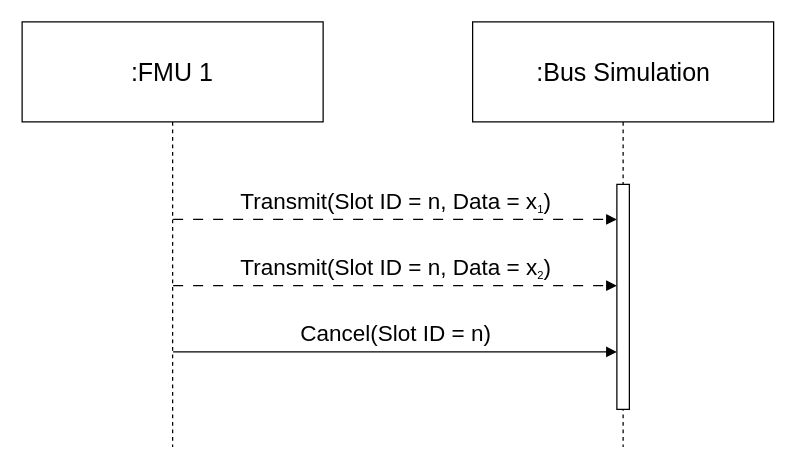
The draw.io diagram docs/images/flexray_transmission_cancel.drawio in modelica/fmi-ls-bus, before the edit. Source tidied: cells renumbered, new cells numbered last; positions are measured from the earlier drawing's top-left corner, leaving out a move shared by most shapes. Both pictures are drawn from the tidied source at 125%, with x=0, y=0 at pixel (21, 21).
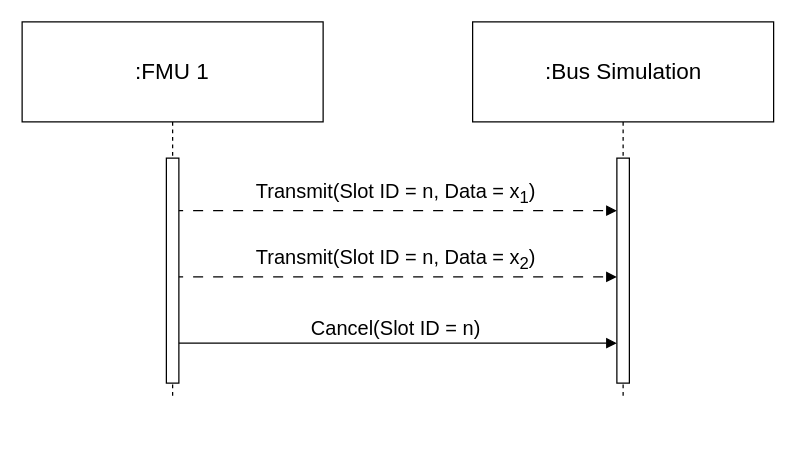
The same diagram, later.

Commit message (it also covers changes not shown here):
Fixing other FlexRay images

Diff of the diagram source:
```diff
@@
 <mxGraphModel>
   <root>
     <mxCell id="0" />
     <mxCell id="1" parent="0" />
+    <mxCell id="8" value="&lt;font&gt;&lt;span&gt;Cancel(&lt;/span&gt;&lt;span&gt;Slot ID = n&lt;/span&gt;&lt;span&gt;)&lt;/span&gt;&lt;/font&gt;" style="html=1;verticalAlign=bottom;endArrow=block;curved=0;rounded=0;fontSize=16;" parent="1" edge="1">
+      <mxGeometry relative="1" as="geometry">
+        <mxPoint x="121" y="257" as="sourcePoint" />
+        <mxPoint x="476" y="257" as="targetPoint" />
+      </mxGeometry>
+    </mxCell>
+    <mxCell id="7" value="&lt;font&gt;&lt;span&gt;Transmit(&lt;/span&gt;&lt;span&gt;Slot ID = n, Data =&amp;nbsp;&lt;/span&gt;&lt;span&gt;x&lt;/span&gt;&lt;sub&gt;&lt;font&gt;2&lt;/font&gt;&lt;/sub&gt;&lt;span&gt;)&lt;/span&gt;&lt;/font&gt;" style="html=1;verticalAlign=bottom;endArrow=block;curved=0;rounded=0;dashed=1;dashPattern=8 8;fontSize=16;" parent="1" edge="1">
+      <mxGeometry relative="1" as="geometry">
+        <mxPoint x="121" y="204" as="sourcePoint" />
+        <mxPoint x="476" y="204" as="targetPoint" />
+      </mxGeometry>
+    </mxCell>
+    <mxCell id="5" value="&lt;font&gt;&lt;span&gt;Transmit(Slot ID = n, Data = x&lt;/span&gt;&lt;sub&gt;&lt;font&gt;1&lt;/font&gt;&lt;/sub&gt;&lt;span&gt;)&lt;/span&gt;&lt;/font&gt;" style="html=1;verticalAlign=bottom;endArrow=block;curved=0;rounded=0;dashed=1;dashPattern=8 8;fontSize=16;" parent="1" edge="1">
+      <mxGeometry relative="1" as="geometry">
+        <mxPoint x="121" y="151" as="sourcePoint" />
+        <mxPoint x="476" y="151" as="targetPoint" />
+      </mxGeometry>
+    </mxCell>
-    <mxCell id="2" value="&lt;font style=&quot;font-size: 20px;&quot;&gt;:FMU 1&lt;/font&gt;" style="shape=umlLifeline;perimeter=lifelinePerimeter;whiteSpace=wrap;html=1;newEdgeStyle={&quot;curved&quot;:0,&quot;rounded&quot;:0};size=80;" parent="1" vertex="1">
-      <mxGeometry x="0.2" width="240.8" height="340" as="geometry" />
+    <mxCell id="2" value="&lt;font&gt;:FMU 1&lt;/font&gt;" style="shape=umlLifeline;perimeter=lifelinePerimeter;whiteSpace=wrap;html=1;newEdgeStyle={&quot;curved&quot;:0,&quot;rounded&quot;:0};size=80;fontSize=18;" parent="1" vertex="1">
+      <mxGeometry x="0.2" width="240.8" height="300" as="geometry" />
     </mxCell>
+    <mxCell id="9" style="html=1;perimeter=orthogonalPerimeter;targetShapes=umlLifeline;newEdgeStyle={&quot;curved&quot;:0,&quot;rounded&quot;:0};fillColor=default;" parent="2" vertex="1">
+      <mxGeometry x="115.4" y="109" width="10" height="180" as="geometry" />
+    </mxCell>
-    <mxCell id="3" value="&lt;font style=&quot;font-size: 20px;&quot;&gt;:Bus Simulation&lt;/font&gt;" style="shape=umlLifeline;perimeter=lifelinePerimeter;whiteSpace=wrap;html=1;newEdgeStyle={&quot;curved&quot;:0,&quot;rounded&quot;:0};size=80;" parent="1" vertex="1">
-      <mxGeometry x="360.6" width="240.8" height="340" as="geometry" />
+    <mxCell id="3" value="&lt;font&gt;:Bus Simulation&lt;/font&gt;" style="shape=umlLifeline;perimeter=lifelinePerimeter;whiteSpace=wrap;html=1;newEdgeStyle={&quot;curved&quot;:0,&quot;rounded&quot;:0};size=80;fontSize=18;" parent="1" vertex="1">
+      <mxGeometry x="360.6" width="240.8" height="300" as="geometry" />
     </mxCell>
     <mxCell id="4" style="html=1;perimeter=orthogonalPerimeter;targetShapes=umlLifeline;newEdgeStyle={&quot;curved&quot;:0,&quot;rounded&quot;:0};fillColor=default;" parent="3" vertex="1">
-      <mxGeometry x="115.4" y="130" width="10" height="180" as="geometry" />
+      <mxGeometry x="115.4" y="109" width="10" height="180" as="geometry" />
     </mxCell>
-    <mxCell id="5" value="&lt;font style=&quot;&quot;&gt;&lt;span style=&quot;font-size: 18px;&quot;&gt;Transmit(Slot ID = n, Data = x&lt;/span&gt;&lt;sub style=&quot;&quot;&gt;&lt;font style=&quot;font-size: 9px;&quot;&gt;1&lt;/font&gt;&lt;/sub&gt;&lt;span style=&quot;font-size: 18px;&quot;&gt;)&lt;/span&gt;&lt;/font&gt;" style="html=1;verticalAlign=bottom;endArrow=block;curved=0;rounded=0;dashed=1;dashPattern=8 8;" parent="1" edge="1">
-      <mxGeometry relative="1" as="geometry">
-        <mxPoint x="121" y="158" as="sourcePoint" />
-        <mxPoint x="476" y="158" as="targetPoint" />
-      </mxGeometry>
-    </mxCell>
     <mxCell id="6" style="ellipse;whiteSpace=wrap;html=1;align=center;fillColor=none;strokeColor=none;perimeter=centerPerimeter;" parent="1" vertex="1">
       <mxGeometry x="541" y="223" width="10" height="10" as="geometry" />
     </mxCell>
-    <mxCell id="7" value="&lt;font style=&quot;&quot;&gt;&lt;span style=&quot;font-size: 18px;&quot;&gt;Transmit(&lt;/span&gt;&lt;span style=&quot;font-size: 18px;&quot;&gt;Slot ID = n, Data =&amp;nbsp;&lt;/span&gt;&lt;span style=&quot;font-size: 18px;&quot;&gt;x&lt;/span&gt;&lt;sub style=&quot;&quot;&gt;&lt;font style=&quot;font-size: 9px;&quot;&gt;2&lt;/font&gt;&lt;/sub&gt;&lt;span style=&quot;font-size: 18px;&quot;&gt;)&lt;/span&gt;&lt;/font&gt;" style="html=1;verticalAlign=bottom;endArrow=block;curved=0;rounded=0;dashed=1;dashPattern=8 8;" parent="1" edge="1">
-      <mxGeometry relative="1" as="geometry">
-        <mxPoint x="121" y="211" as="sourcePoint" />
-        <mxPoint x="476" y="211" as="targetPoint" />
-      </mxGeometry>
-    </mxCell>
-    <mxCell id="8" value="&lt;font style=&quot;&quot;&gt;&lt;span style=&quot;font-size: 18px;&quot;&gt;Cancel(&lt;/span&gt;&lt;span style=&quot;font-size: 18px;&quot;&gt;Slot ID = n&lt;/span&gt;&lt;span style=&quot;font-size: 18px;&quot;&gt;)&lt;/span&gt;&lt;/font&gt;" style="html=1;verticalAlign=bottom;endArrow=block;curved=0;rounded=0;" parent="1" edge="1">
-      <mxGeometry relative="1" as="geometry">
-        <mxPoint x="121" y="264" as="sourcePoint" />
-        <mxPoint x="476" y="264" as="targetPoint" />
-      </mxGeometry>
-    </mxCell>
   </root>
 </mxGraphModel>
```
